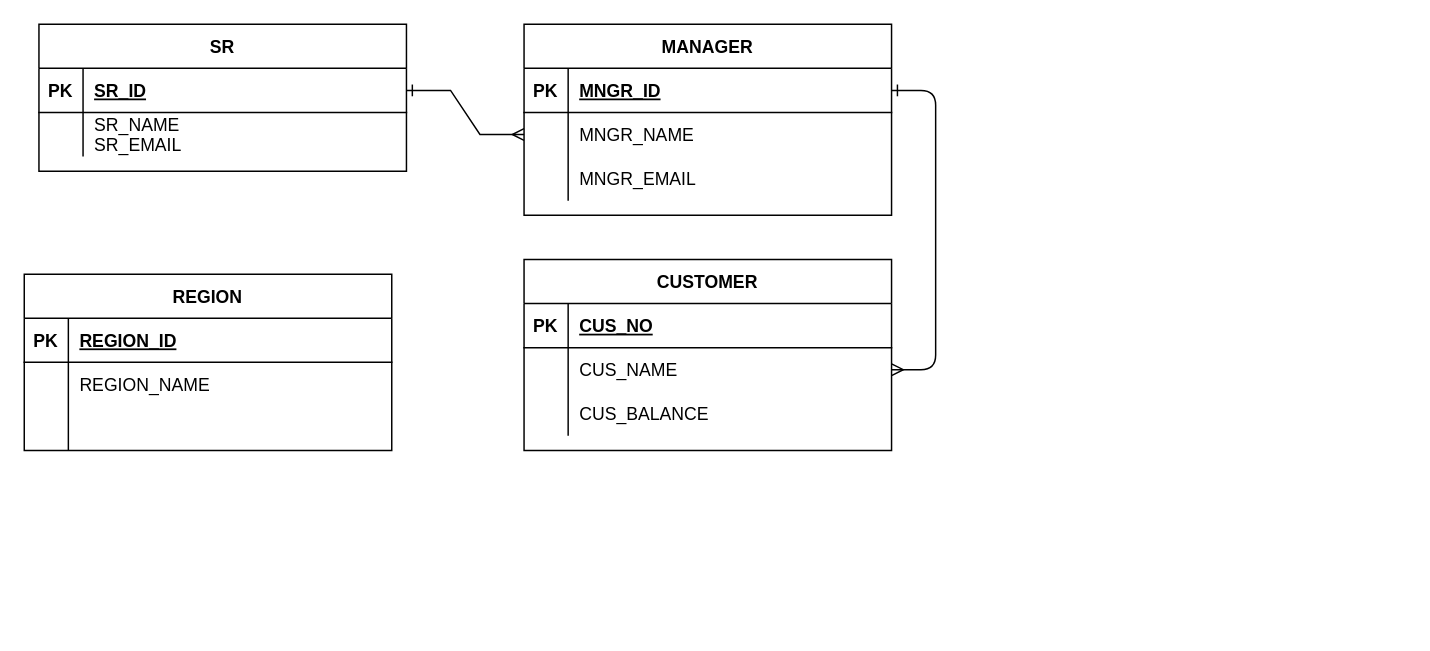
Earlier version of the draw.io diagram .github/Untitled Diagram.drawio (nigelhaim/Programming_studies). Source tidied: cells renumbered, new cells numbered last; positions are measured from the earlier drawing's top-left corner, leaving out a move shared by most shapes. Both pictures are drawn from the tidied source at 147%, with x=0, y=0 at pixel (24, 24).
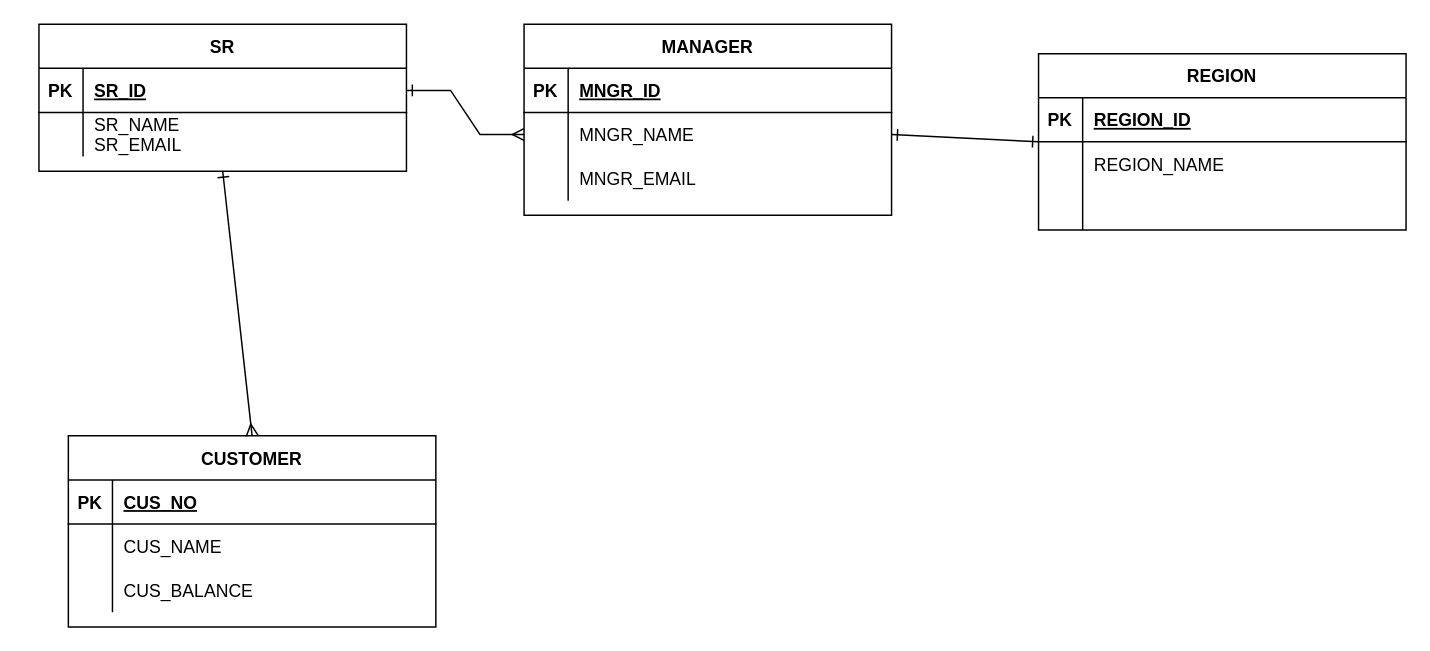
The same page after the edit.

Unchanged cells that the change refers to:
```xml
<mxCell id="5" style="shape=partialRectangle;fillColor=none;points=[[0,0.5],[1,0.5]];portConstraint=eastwest;top=0;left=0;right=0;bottom=1;" parent="4" vertex="1">
  <mxGeometry y="30" width="250" height="30" as="geometry" />
</mxCell>
<mxCell id="8" style="shape=partialRectangle;fillColor=none;points=[[0,0.5],[1,0.5]];portConstraint=eastwest;top=0;left=0;right=0;bottom=0;" parent="4" vertex="1">
  <mxGeometry y="60" width="250" height="30" as="geometry" />
</mxCell>
<mxCell id="18" style="shape=partialRectangle;fillColor=none;points=[[0,0.5],[1,0.5]];portConstraint=eastwest;top=0;left=0;right=0;bottom=0;" parent="14" vertex="1">
  <mxGeometry y="60" width="250" height="30" as="geometry" />
</mxCell>
<mxCell id="24" value="SR" style="shape=table;startSize=30;childLayout=tableLayout;rowLines=0;fontStyle=1;align=center;" parent="1" vertex="1">
  <mxGeometry x="10" width="250" height="100" as="geometry" />
</mxCell>
<mxCell id="35" style="shape=partialRectangle;fillColor=none;points=[[0,0.5],[1,0.5]];portConstraint=eastwest;top=0;left=0;right=0;bottom=0;" parent="31" vertex="1">
  <mxGeometry y="60" width="250" height="30" as="geometry" />
</mxCell>
```

The edit, as a diff of the source:
```diff
@@
-    <mxCell id="3" style="edgeStyle=entityRelationEdgeStyle;endArrow=ERmany;startArrow=ERone;endFill=0;startFill=0;" parent="1" edge="1" source="5" target="18">
-      <mxGeometry relative="1" as="geometry" />
-    </mxCell>
@@
     <mxCell id="14" value="CUSTOMER" style="shape=table;startSize=30;childLayout=tableLayout;rowLines=0;fontStyle=1;align=center;" parent="1" vertex="1">
-      <mxGeometry x="340" y="160" width="250" height="130" as="geometry" />
+      <mxGeometry x="30" y="280" width="250" height="130" as="geometry" />
     </mxCell>
@@
     <mxCell id="31" value="REGION" style="shape=table;startSize=30;childLayout=tableLayout;rowLines=0;fontStyle=1;align=center;" parent="1" vertex="1">
-      <mxGeometry y="170" width="250" height="120" as="geometry" />
+      <mxGeometry x="690" y="20" width="250" height="120" as="geometry" />
     </mxCell>
@@
+    <mxCell id="41" style="endArrow=ERone;html=1;rounded=0;entryX=1;entryY=0.5;entryDx=0;entryDy=0;exitX=0;exitY=0;exitDx=0;exitDy=0;startArrow=ERone;startFill=0;endFill=0;exitPerimeter=0;" parent="1" edge="1" source="35" target="8">
+      <mxGeometry relative="1" as="geometry" />
+    </mxCell>
+    <mxCell id="42" style="endArrow=ERone;html=1;rounded=0;entryX=0.5;entryY=1;entryDx=0;entryDy=0;exitX=0.5;exitY=0;exitDx=0;exitDy=0;startArrow=ERmany;startFill=0;endFill=0;" parent="1" edge="1" source="14" target="24">
+      <mxGeometry relative="1" as="geometry" />
+    </mxCell>
```
